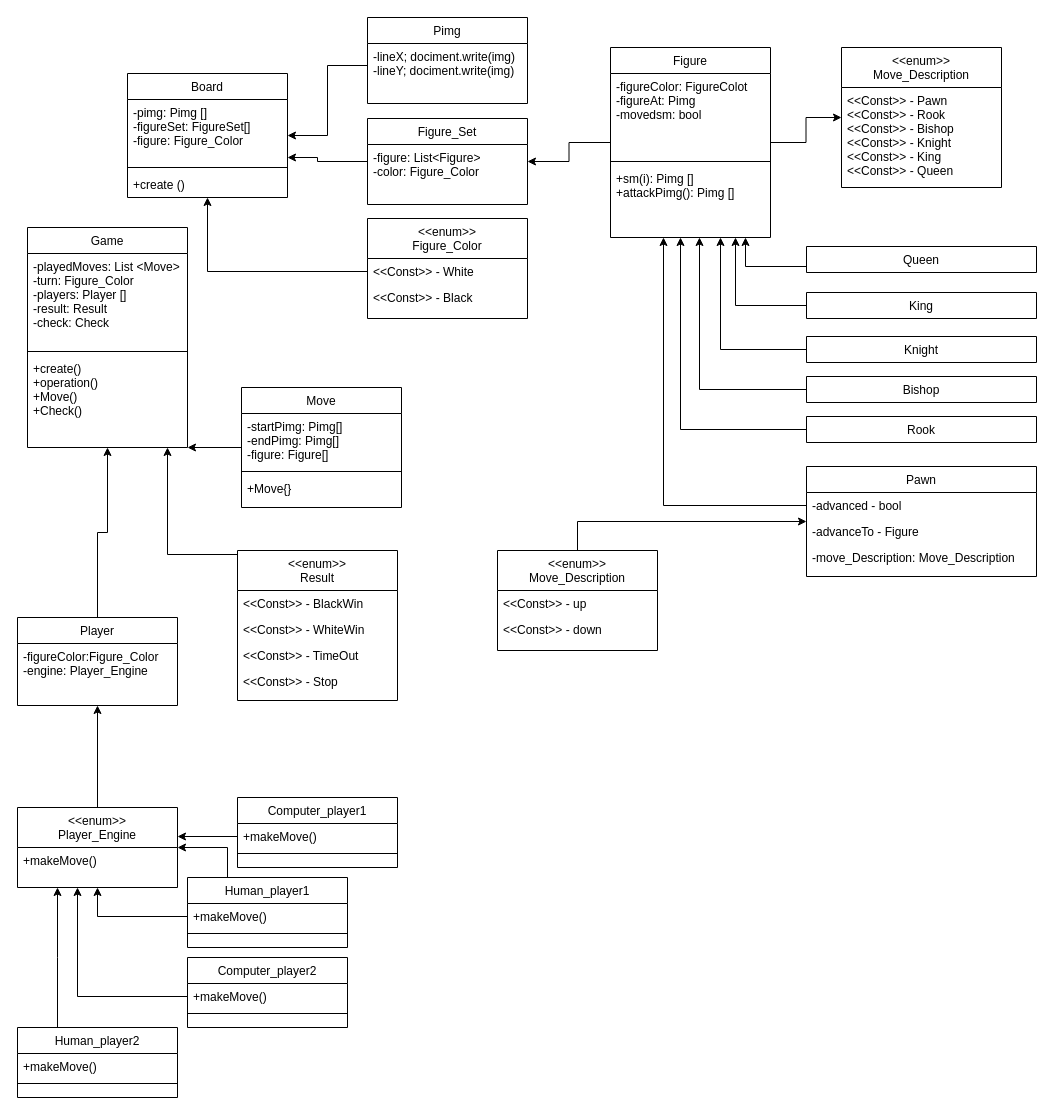
The draw.io diagram Untitled Diagram.drawio in Daniil-max-beep/calend, before the edit. Source tidied: cells renumbered, new cells numbered last; positions are measured from the earlier drawing's top-left corner, leaving out a move shared by most shapes. Both pictures are drawn from the tidied source at 100%, with x=0, y=0 at pixel (17, 17).
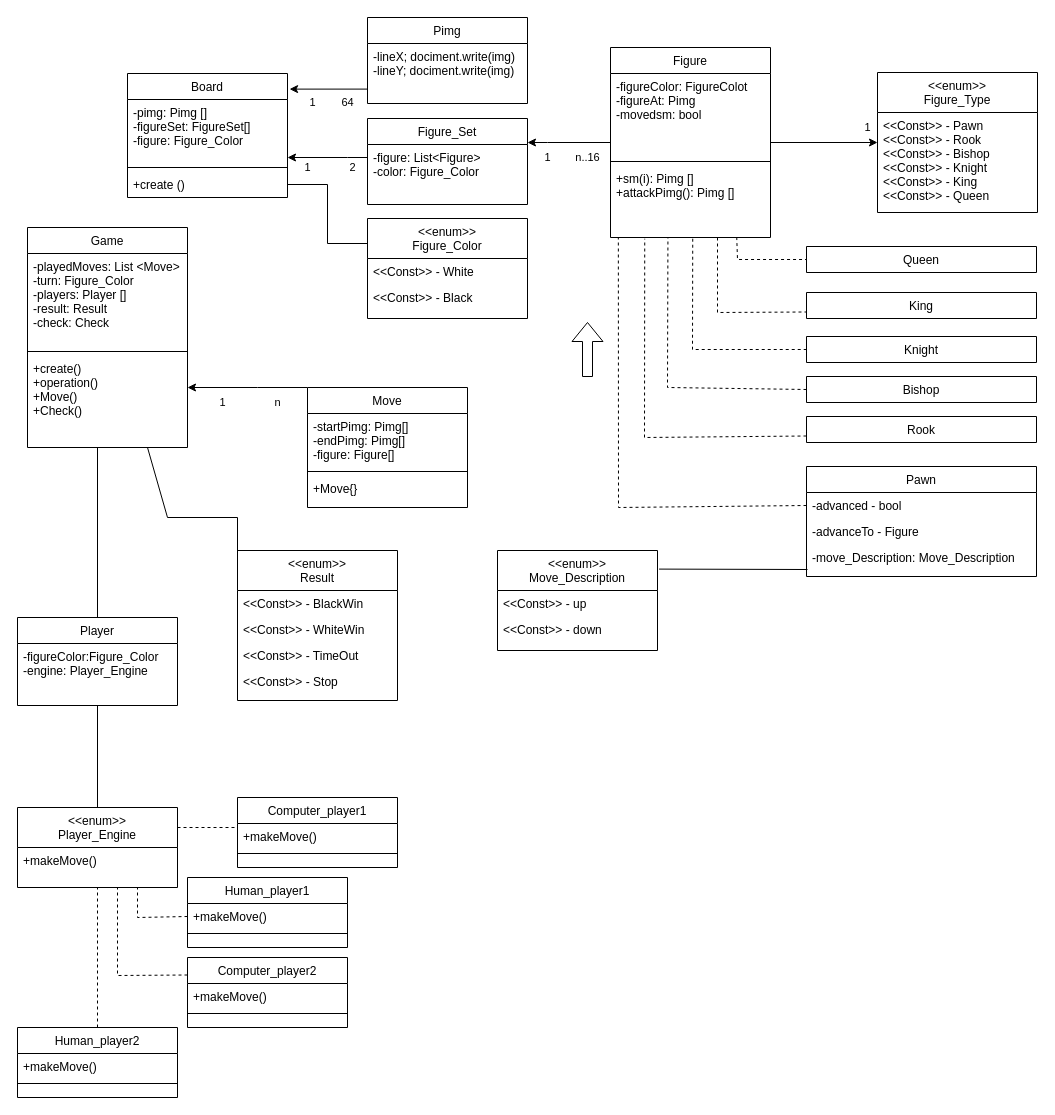
Above is the later version.

The change refers to these unchanged cells:
```xml
<mxCell id="2" value="Board" style="swimlane;fontStyle=0;align=center;verticalAlign=top;horizontal=1;startSize=26;rounded=0;shadow=0;strokeWidth=1;" parent="1" vertex="1">
<mxCell id="3" value="-pimg: Pimg []&#10;-figureSet: FigureSet[]&#10;-figure: Figure_Color" style="text;align=left;verticalAlign=top;spacingLeft=4;spacingRight=4;overflow=hidden;points=[[0,0.5],[1,0.5]];portConstraint=eastwest;rounded=0;shadow=0;html=0;" parent="2" vertex="1">
<mxCell id="5" value="+create ()" style="text;align=left;verticalAlign=top;spacingLeft=4;spacingRight=4;overflow=hidden;points=[[0,0.5],[1,0.5]];portConstraint=eastwest;" parent="2" vertex="1">
<mxCell id="6" value="Game" style="swimlane;fontStyle=0;align=center;verticalAlign=top;horizontal=1;startSize=26;rounded=0;shadow=0;strokeWidth=1;" parent="1" vertex="1">
<mxCell id="11" value="&lt;&lt;enum&gt;&gt;&#10;Move_Description" style="swimlane;fontStyle=0;align=center;verticalAlign=top;horizontal=1;startSize=40;rounded=0;shadow=0;strokeWidth=1;" parent="1" vertex="1">
<mxCell id="16" value="Figure" style="swimlane;fontStyle=0;align=center;verticalAlign=top;horizontal=1;startSize=26;rounded=0;shadow=0;strokeWidth=1;" parent="1" vertex="1">
<mxCell id="19" value="+sm(i): Pimg []&#10;+attackPimg(): Pimg []&#10;" style="text;align=left;verticalAlign=top;spacingLeft=4;spacingRight=4;overflow=hidden;points=[[0,0.5],[1,0.5]];portConstraint=eastwest;" parent="16" vertex="1">
<mxCell id="21" value="Human_player1" style="swimlane;fontStyle=0;align=center;verticalAlign=top;horizontal=1;startSize=26;rounded=0;shadow=0;strokeWidth=1;" parent="1" vertex="1">
<mxCell id="22" value="+makeMove()" style="text;align=left;verticalAlign=top;spacingLeft=4;spacingRight=4;overflow=hidden;points=[[0,0.5],[1,0.5]];portConstraint=eastwest;" parent="21" vertex="1">
<mxCell id="30" value="Rook" style="swimlane;fontStyle=0;align=center;verticalAlign=top;horizontal=1;startSize=26;rounded=0;shadow=0;strokeWidth=1;" parent="1" vertex="1" collapsed="1">
<mxCell id="31" value="Pawn" style="swimlane;fontStyle=0;align=center;verticalAlign=top;horizontal=1;startSize=26;rounded=0;shadow=0;strokeWidth=1;" parent="1" vertex="1">
<mxCell id="32" value="-advanced - bool " style="text;align=left;verticalAlign=top;spacingLeft=4;spacingRight=4;overflow=hidden;points=[[0,0.5],[1,0.5]];portConstraint=eastwest;" parent="31" vertex="1">
<mxCell id="36" value="Bishop" style="swimlane;fontStyle=0;align=center;verticalAlign=top;horizontal=1;startSize=26;rounded=0;shadow=0;strokeWidth=1;" parent="1" vertex="1" collapsed="1">
<mxCell id="38" value="Knight" style="swimlane;fontStyle=0;align=center;verticalAlign=top;horizontal=1;startSize=26;rounded=0;shadow=0;strokeWidth=1;" parent="1" vertex="1" collapsed="1">
<mxCell id="40" value="King" style="swimlane;fontStyle=0;align=center;verticalAlign=top;horizontal=1;startSize=26;rounded=0;shadow=0;strokeWidth=1;" parent="1" vertex="1" collapsed="1">
<mxCell id="42" value="Queen" style="swimlane;fontStyle=0;align=center;verticalAlign=top;horizontal=1;startSize=26;rounded=0;shadow=0;strokeWidth=1;" parent="1" vertex="1" collapsed="1">
<mxCell id="47" value="-lineX; dociment.write(img)&#10;-lineY; dociment.write(img)" style="text;align=left;verticalAlign=top;spacingLeft=4;spacingRight=4;overflow=hidden;points=[[0,0.5],[1,0.5]];portConstraint=eastwest;" parent="46" vertex="1">
<mxCell id="48" value="&lt;&lt;enum&gt;&gt;&#10;Figure_Color" style="swimlane;fontStyle=0;align=center;verticalAlign=top;horizontal=1;startSize=40;rounded=0;shadow=0;strokeWidth=1;" parent="1" vertex="1">
<mxCell id="49" value="&lt;&lt;Const&gt;&gt; - White" style="text;align=left;verticalAlign=top;spacingLeft=4;spacingRight=4;overflow=hidden;points=[[0,0.5],[1,0.5]];portConstraint=eastwest;" parent="48" vertex="1">
<mxCell id="54" value="Figure_Set" style="swimlane;fontStyle=0;align=center;verticalAlign=top;horizontal=1;startSize=26;rounded=0;shadow=0;strokeWidth=1;" parent="1" vertex="1">
<mxCell id="57" value="&lt;&lt;enum&gt;&gt;&#10;Result" style="swimlane;fontStyle=0;align=center;verticalAlign=top;horizontal=1;startSize=40;rounded=0;shadow=0;strokeWidth=1;" parent="1" vertex="1">
<mxCell id="63" value="+makeMove()" style="text;align=left;verticalAlign=top;spacingLeft=4;spacingRight=4;overflow=hidden;points=[[0,0.5],[1,0.5]];portConstraint=eastwest;" parent="62" vertex="1">
<mxCell id="66" value="Human_player2" style="swimlane;fontStyle=0;align=center;verticalAlign=top;horizontal=1;startSize=26;rounded=0;shadow=0;strokeWidth=1;" parent="1" vertex="1">
<mxCell id="69" value="Computer_player2" style="swimlane;fontStyle=0;align=center;verticalAlign=top;horizontal=1;startSize=26;rounded=0;shadow=0;strokeWidth=1;" parent="1" vertex="1">
<mxCell id="70" value="+makeMove()" style="text;align=left;verticalAlign=top;spacingLeft=4;spacingRight=4;overflow=hidden;points=[[0,0.5],[1,0.5]];portConstraint=eastwest;" parent="69" vertex="1">
<mxCell id="73" value="Player" style="swimlane;fontStyle=0;align=center;verticalAlign=top;horizontal=1;startSize=26;rounded=0;shadow=0;strokeWidth=1;" parent="1" vertex="1">
<mxCell id="76" value="&lt;&lt;enum&gt;&gt;&#10;Player_Engine" style="swimlane;fontStyle=0;align=center;verticalAlign=top;horizontal=1;startSize=40;rounded=0;shadow=0;strokeWidth=1;" parent="1" vertex="1">
```

Diff of the diagram source:
```diff
@@
-    <mxCell id="10" style="edgeStyle=orthogonalEdgeStyle;rounded=0;jettySize=auto;html=1;" parent="1" edge="1" source="11" target="31">
-      <mxGeometry relative="1" as="geometry">
-        <Array as="points">
-          <mxPoint x="560" y="504" />
-        </Array>
-      </mxGeometry>
-    </mxCell>
@@
     <mxCell id="15" style="edgeStyle=orthogonalEdgeStyle;rounded=0;jettySize=auto;html=1;" parent="1" edge="1" source="16" target="54">
-      <mxGeometry relative="1" as="geometry" />
+      <mxGeometry relative="1" as="geometry">
+        <Array as="points">
+          <mxPoint x="530" y="125" />
+          <mxPoint x="530" y="125" />
+        </Array>
+      </mxGeometry>
     </mxCell>
@@
-    <mxCell id="20" style="edgeStyle=orthogonalEdgeStyle;rounded=0;jettySize=auto;html=1;" parent="1" edge="1" source="21" target="76">
-      <mxGeometry relative="1" as="geometry">
-        <Array as="points">
-          <mxPoint x="210" y="830" />
-        </Array>
-      </mxGeometry>
-    </mxCell>
@@
     <mxCell id="25" value="Move" style="swimlane;fontStyle=0;align=center;verticalAlign=top;horizontal=1;startSize=26;rounded=0;shadow=0;strokeWidth=1;" parent="1" vertex="1">
-      <mxGeometry x="224" y="370" width="160" height="120" as="geometry" />
+      <mxGeometry x="290" y="370" width="160" height="120" as="geometry" />
     </mxCell>
@@
-    <mxCell id="29" style="edgeStyle=orthogonalEdgeStyle;rounded=0;jettySize=auto;html=1;" parent="1" edge="1" source="30" target="16">
-      <mxGeometry relative="1" as="geometry">
-        <Array as="points">
-          <mxPoint x="663" y="412" />
-        </Array>
-      </mxGeometry>
-    </mxCell>
@@
-    <mxCell id="35" style="edgeStyle=orthogonalEdgeStyle;rounded=0;jettySize=auto;html=1;" parent="1" edge="1" source="36" target="16">
-      <mxGeometry relative="1" as="geometry">
-        <Array as="points">
-          <mxPoint x="682" y="372" />
-        </Array>
-      </mxGeometry>
-    </mxCell>
@@
-    <mxCell id="37" style="edgeStyle=orthogonalEdgeStyle;rounded=0;jettySize=auto;html=1;" parent="1" edge="1" source="38" target="16">
-      <mxGeometry relative="1" as="geometry">
-        <Array as="points">
-          <mxPoint x="703" y="332" />
-        </Array>
-      </mxGeometry>
-    </mxCell>
@@
-    <mxCell id="39" style="edgeStyle=orthogonalEdgeStyle;rounded=0;jettySize=auto;html=1;" parent="1" edge="1" source="40" target="16">
-      <mxGeometry relative="1" as="geometry">
-        <Array as="points">
-          <mxPoint x="718" y="288" />
-        </Array>
-      </mxGeometry>
-    </mxCell>
@@
-    <mxCell id="41" style="edgeStyle=orthogonalEdgeStyle;rounded=0;jettySize=auto;html=1;" parent="1" edge="1" source="42" target="16">
-      <mxGeometry relative="1" as="geometry">
-        <Array as="points">
-          <mxPoint x="728" y="249" />
-        </Array>
-      </mxGeometry>
-    </mxCell>
@@
-    <mxCell id="43" style="edgeStyle=orthogonalEdgeStyle;rounded=0;jettySize=auto;html=1;" parent="1" edge="1" source="32" target="16">
-      <mxGeometry relative="1" as="geometry">
-        <Array as="points">
-          <mxPoint x="646" y="488" />
-        </Array>
-      </mxGeometry>
-    </mxCell>
-    <mxCell id="44" value="&lt;&lt;enum&gt;&gt;&#10;Move_Description" style="swimlane;fontStyle=0;align=center;verticalAlign=top;horizontal=1;startSize=40;rounded=0;shadow=0;strokeWidth=1;" parent="1" vertex="1">
-      <mxGeometry x="824" y="30" width="160" height="140" as="geometry" />
+    <mxCell id="44" value="&lt;&lt;enum&gt;&gt;&#10;Figure_Type" style="swimlane;fontStyle=0;align=center;verticalAlign=top;horizontal=1;startSize=40;rounded=0;shadow=0;strokeWidth=1;" parent="1" vertex="1">
+      <mxGeometry x="860" y="55" width="160" height="140" as="geometry" />
     </mxCell>
@@
-    <mxCell id="51" style="edgeStyle=orthogonalEdgeStyle;rounded=0;jettySize=auto;html=1;" parent="1" edge="1" source="49" target="2">
-      <mxGeometry relative="1" as="geometry" />
-    </mxCell>
-    <mxCell id="52" style="edgeStyle=orthogonalEdgeStyle;rounded=0;jettySize=auto;html=1;" parent="1" edge="1" source="47" target="2">
-      <mxGeometry relative="1" as="geometry" />
+    <mxCell id="52" style="edgeStyle=orthogonalEdgeStyle;rounded=0;jettySize=auto;html=1;entryX=1.013;entryY=0.126;entryDx=0;entryDy=0;entryPerimeter=0;" parent="1" edge="1" source="47" target="2">
+      <mxGeometry relative="1" as="geometry">
+        <Array as="points">
+          <mxPoint x="350" y="72" />
+        </Array>
+      </mxGeometry>
     </mxCell>
     <mxCell id="53" style="edgeStyle=orthogonalEdgeStyle;rounded=0;jettySize=auto;html=1;" parent="1" edge="1" source="54" target="3">
       <mxGeometry relative="1" as="geometry">
         <Array as="points">
-          <mxPoint x="300" y="144" />
-          <mxPoint x="300" y="140" />
+          <mxPoint x="330" y="140" />
+          <mxPoint x="330" y="140" />
         </Array>
       </mxGeometry>
     </mxCell>
@@
-    <mxCell id="56" style="edgeStyle=orthogonalEdgeStyle;rounded=0;jettySize=auto;html=1;" parent="1" edge="1" source="57" target="6">
-      <mxGeometry relative="1" as="geometry">
-        <Array as="points">
-          <mxPoint x="150" y="537" />
-        </Array>
-      </mxGeometry>
-    </mxCell>
@@
-    <mxCell id="65" style="edgeStyle=orthogonalEdgeStyle;rounded=0;jettySize=auto;html=1;" parent="1" edge="1" source="66" target="76">
-      <mxGeometry relative="1" as="geometry">
-        <Array as="points">
-          <mxPoint x="40" y="940" />
-          <mxPoint x="40" y="940" />
-        </Array>
-      </mxGeometry>
-    </mxCell>
@@
-    <mxCell id="72" style="edgeStyle=orthogonalEdgeStyle;rounded=0;jettySize=auto;html=1;" parent="1" edge="1" source="73" target="6">
-      <mxGeometry relative="1" as="geometry" />
-    </mxCell>
@@
-    <mxCell id="75" style="edgeStyle=orthogonalEdgeStyle;rounded=0;jettySize=auto;html=1;" parent="1" edge="1" source="76" target="73">
-      <mxGeometry relative="1" as="geometry" />
-    </mxCell>
@@
-    <mxCell id="78" style="edgeStyle=orthogonalEdgeStyle;rounded=0;jettySize=auto;html=1;" parent="1" edge="1" source="70" target="76">
-      <mxGeometry relative="1" as="geometry">
-        <Array as="points">
-          <mxPoint x="60" y="979" />
-        </Array>
-      </mxGeometry>
-    </mxCell>
+    <mxCell id="56" style="endArrow=none;html=1;rounded=0;entryX=0.75;entryY=1;entryDx=0;entryDy=0;exitX=0;exitY=0.25;exitDx=0;exitDy=0;" parent="1" edge="1" source="57" target="6">
+      <mxGeometry relative="1" as="geometry">
+        <Array as="points">
+          <mxPoint x="220" y="500" />
+          <mxPoint x="150" y="500" />
+        </Array>
+      </mxGeometry>
+    </mxCell>
+    <mxCell id="75" style="endArrow=none;html=1;rounded=0;entryX=0.5;entryY=1;entryDx=0;entryDy=0;exitX=0.5;exitY=0;exitDx=0;exitDy=0;" parent="1" edge="1" source="76" target="73">
+      <mxGeometry relative="1" as="geometry" />
+    </mxCell>
+    <mxCell id="81" style="endArrow=none;html=1;rounded=0;entryX=0;entryY=0.25;entryDx=0;entryDy=0;exitX=1;exitY=0.5;exitDx=0;exitDy=0;" parent="1" edge="1" source="5" target="48">
+      <mxGeometry relative="1" as="geometry">
+        <Array as="points">
+          <mxPoint x="310" y="167" />
+          <mxPoint x="310" y="226" />
+        </Array>
+      </mxGeometry>
+    </mxCell>
+    <mxCell id="82" style="endArrow=none;dashed=1;html=1;rounded=0;labelBackgroundColor=default;fontFamily=Helvetica;fontSize=11;fontColor=default;strokeColor=default;shape=connector;entryX=0.049;entryY=1.006;entryDx=0;entryDy=0;entryPerimeter=0;exitX=0;exitY=0.5;exitDx=0;exitDy=0;" parent="1" edge="1" source="32" target="19">
+      <mxGeometry relative="1" as="geometry">
+        <Array as="points">
+          <mxPoint x="601" y="490" />
+        </Array>
+      </mxGeometry>
+    </mxCell>
+    <mxCell id="83" style="endArrow=none;dashed=1;html=1;rounded=0;labelBackgroundColor=default;fontFamily=Helvetica;fontSize=11;fontColor=default;strokeColor=default;shape=connector;exitX=0;exitY=0.75;exitDx=0;exitDy=0;entryX=0.214;entryY=1.017;entryDx=0;entryDy=0;entryPerimeter=0;" parent="1" edge="1" source="30" target="19">
+      <mxGeometry relative="1" as="geometry">
+        <Array as="points">
+          <mxPoint x="627" y="420" />
+        </Array>
+      </mxGeometry>
+    </mxCell>
+    <mxCell id="84" style="endArrow=none;dashed=1;html=1;rounded=0;labelBackgroundColor=default;fontFamily=Helvetica;fontSize=11;fontColor=default;strokeColor=default;shape=connector;exitX=0;exitY=0.5;exitDx=0;exitDy=0;entryX=0.359;entryY=0.994;entryDx=0;entryDy=0;entryPerimeter=0;" parent="1" edge="1" source="36" target="19">
+      <mxGeometry relative="1" as="geometry">
+        <Array as="points">
+          <mxPoint x="650" y="370" />
+        </Array>
+      </mxGeometry>
+    </mxCell>
+    <mxCell id="85" style="endArrow=none;dashed=1;html=1;rounded=0;labelBackgroundColor=default;fontFamily=Helvetica;fontSize=11;fontColor=default;strokeColor=default;shape=connector;entryX=0;entryY=0.5;entryDx=0;entryDy=0;exitX=0.514;exitY=1.017;exitDx=0;exitDy=0;exitPerimeter=0;" parent="1" edge="1" source="19" target="38">
+      <mxGeometry relative="1" as="geometry">
+        <Array as="points">
+          <mxPoint x="675" y="332" />
+        </Array>
+      </mxGeometry>
+    </mxCell>
+    <mxCell id="86" style="endArrow=none;dashed=1;html=1;rounded=0;labelBackgroundColor=default;fontFamily=Helvetica;fontSize=11;fontColor=default;strokeColor=default;shape=connector;entryX=0;entryY=0.75;entryDx=0;entryDy=0;" parent="1" edge="1" target="40">
+      <mxGeometry relative="1" as="geometry">
+        <mxPoint x="700" y="220" as="sourcePoint" />
+        <Array as="points">
+          <mxPoint x="700" y="295" />
+        </Array>
+      </mxGeometry>
+    </mxCell>
+    <mxCell id="87" style="endArrow=none;dashed=1;html=1;rounded=0;labelBackgroundColor=default;fontFamily=Helvetica;fontSize=11;fontColor=default;strokeColor=default;shape=connector;entryX=0;entryY=0.5;entryDx=0;entryDy=0;exitX=0.789;exitY=0.994;exitDx=0;exitDy=0;exitPerimeter=0;" parent="1" edge="1" source="19" target="42">
+      <mxGeometry relative="1" as="geometry">
+        <Array as="points">
+          <mxPoint x="720" y="242" />
+        </Array>
+      </mxGeometry>
+    </mxCell>
+    <mxCell id="88" style="shape=flexArrow;endArrow=classic;html=1;rounded=0;labelBackgroundColor=default;fontFamily=Helvetica;fontSize=11;fontColor=default;strokeColor=default;" parent="1" edge="1">
+      <mxGeometry relative="1" as="geometry">
+        <mxPoint x="570" y="359.5" as="sourcePoint" />
+        <mxPoint x="570" y="304.5" as="targetPoint" />
+      </mxGeometry>
+    </mxCell>
+    <mxCell id="89" style="endArrow=none;html=1;rounded=0;labelBackgroundColor=default;fontFamily=Helvetica;fontSize=11;fontColor=default;strokeColor=default;shape=connector;exitX=1.01;exitY=0.186;exitDx=0;exitDy=0;exitPerimeter=0;" parent="1" edge="1" source="11">
+      <mxGeometry relative="1" as="geometry">
+        <mxPoint x="790" y="552" as="targetPoint" />
+      </mxGeometry>
+    </mxCell>
+    <mxCell id="90" style="endArrow=none;dashed=1;html=1;rounded=0;labelBackgroundColor=default;fontFamily=Helvetica;fontSize=11;fontColor=default;strokeColor=default;shape=connector;exitX=1;exitY=0.25;exitDx=0;exitDy=0;" parent="1" edge="1" source="76">
+      <mxGeometry relative="1" as="geometry">
+        <mxPoint x="220" y="810" as="targetPoint" />
+      </mxGeometry>
+    </mxCell>
+    <mxCell id="65" style="endArrow=none;dashed=1;html=1;rounded=0;labelBackgroundColor=default;fontFamily=Helvetica;fontSize=11;fontColor=default;strokeColor=default;shape=connector;exitX=0.5;exitY=0;exitDx=0;exitDy=0;entryX=0.5;entryY=1;entryDx=0;entryDy=0;" parent="1" edge="1" source="66" target="76">
+      <mxGeometry relative="1" as="geometry" />
+    </mxCell>
-    <mxCell id="79" style="edgeStyle=orthogonalEdgeStyle;rounded=0;jettySize=auto;html=1;" parent="1" edge="1" source="22" target="76">
-      <mxGeometry relative="1" as="geometry" />
+    <mxCell id="79" style="endArrow=none;dashed=1;html=1;rounded=0;labelBackgroundColor=default;fontFamily=Helvetica;fontSize=11;fontColor=default;strokeColor=default;shape=connector;exitX=0;exitY=0.5;exitDx=0;exitDy=0;entryX=0.75;entryY=1;entryDx=0;entryDy=0;" parent="1" edge="1" source="22" target="76">
+      <mxGeometry relative="1" as="geometry">
+        <Array as="points">
+          <mxPoint x="120" y="900" />
+        </Array>
+      </mxGeometry>
     </mxCell>
-    <mxCell id="80" style="edgeStyle=orthogonalEdgeStyle;rounded=0;jettySize=auto;html=1;" parent="1" edge="1" source="63" target="76">
-      <mxGeometry relative="1" as="geometry">
-        <Array as="points">
-          <mxPoint x="240" y="810" />
-          <mxPoint x="240" y="810" />
-        </Array>
-      </mxGeometry>
-    </mxCell>
+    <mxCell id="91" style="endArrow=none;dashed=1;html=1;rounded=0;labelBackgroundColor=default;fontFamily=Helvetica;fontSize=11;fontColor=default;strokeColor=default;shape=connector;exitX=0;exitY=0.25;exitDx=0;exitDy=0;" parent="1" edge="1" source="69">
+      <mxGeometry relative="1" as="geometry">
+        <mxPoint x="100" y="870" as="targetPoint" />
+        <Array as="points">
+          <mxPoint x="100" y="958" />
+        </Array>
+      </mxGeometry>
+    </mxCell>
+    <mxCell id="92" value="1" style="text;html=1;align=center;verticalAlign=middle;strokeColor=none;fillColor=none;fontSize=11;fontFamily=Helvetica;fontColor=default;" parent="1" vertex="1">
+      <mxGeometry x="515" y="125" width="30" height="30" as="geometry" />
+    </mxCell>
+    <mxCell id="93" value="n..16" style="text;html=1;align=center;verticalAlign=middle;strokeColor=none;fillColor=none;fontSize=11;fontFamily=Helvetica;fontColor=default;" parent="1" vertex="1">
+      <mxGeometry x="545" y="125" width="50" height="30" as="geometry" />
+    </mxCell>
+    <mxCell id="94" value="1" style="text;html=1;align=center;verticalAlign=middle;strokeColor=none;fillColor=none;fontSize=11;fontFamily=Helvetica;fontColor=default;" parent="1" vertex="1">
+      <mxGeometry x="280" y="70" width="30" height="30" as="geometry" />
+    </mxCell>
+    <mxCell id="95" value="64" style="text;html=1;align=center;verticalAlign=middle;strokeColor=none;fillColor=none;fontSize=11;fontFamily=Helvetica;fontColor=default;" parent="1" vertex="1">
+      <mxGeometry x="310" y="70" width="40" height="30" as="geometry" />
+    </mxCell>
+    <mxCell id="96" value="1" style="text;html=1;align=center;verticalAlign=middle;strokeColor=none;fillColor=none;fontSize=11;fontFamily=Helvetica;fontColor=default;" parent="1" vertex="1">
+      <mxGeometry x="275" y="135" width="30" height="30" as="geometry" />
+    </mxCell>
+    <mxCell id="97" value="2" style="text;html=1;align=center;verticalAlign=middle;strokeColor=none;fillColor=none;fontSize=11;fontFamily=Helvetica;fontColor=default;" parent="1" vertex="1">
+      <mxGeometry x="320" y="135" width="30" height="30" as="geometry" />
+    </mxCell>
+    <mxCell id="98" value="1" style="text;html=1;align=center;verticalAlign=middle;strokeColor=none;fillColor=none;fontSize=11;fontFamily=Helvetica;fontColor=default;" parent="1" vertex="1">
+      <mxGeometry x="190" y="370" width="30" height="30" as="geometry" />
+    </mxCell>
+    <mxCell id="99" value="n" style="text;html=1;align=center;verticalAlign=middle;strokeColor=none;fillColor=none;fontSize=11;fontFamily=Helvetica;fontColor=default;" parent="1" vertex="1">
+      <mxGeometry x="245" y="370" width="30" height="30" as="geometry" />
+    </mxCell>
+    <mxCell id="100" value="1" style="text;html=1;align=center;verticalAlign=middle;strokeColor=none;fillColor=none;fontSize=11;fontFamily=Helvetica;fontColor=default;" parent="1" vertex="1">
+      <mxGeometry x="835" y="95" width="30" height="30" as="geometry" />
+    </mxCell>
+    <mxCell id="101" style="endArrow=none;html=1;rounded=0;labelBackgroundColor=default;fontFamily=Helvetica;fontSize=11;fontColor=default;strokeColor=default;shape=connector;exitX=0.5;exitY=0;exitDx=0;exitDy=0;" parent="1" edge="1" source="73">
+      <mxGeometry relative="1" as="geometry">
+        <mxPoint x="80" y="430" as="targetPoint" />
+      </mxGeometry>
+    </mxCell>
```
